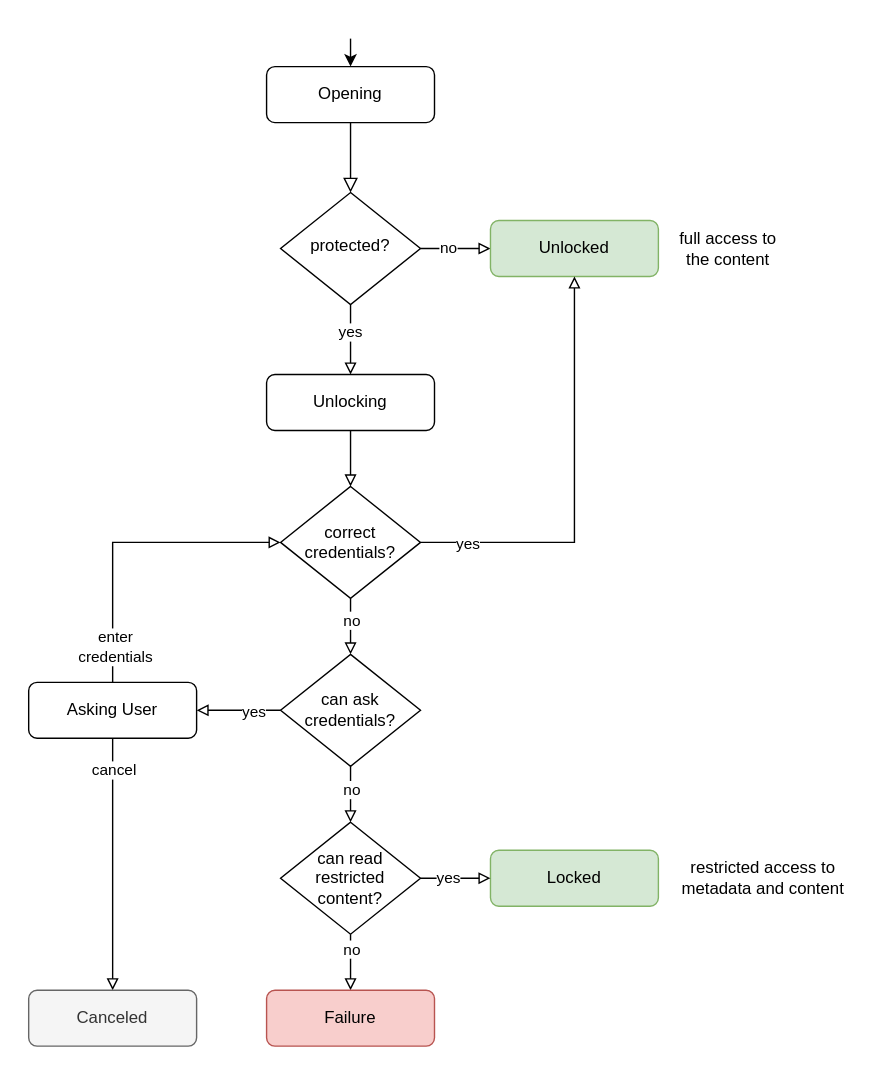
This is proposals/assets/000-open-statechart.svg from readium/architecture, a draw.io export, as it was before one commit. Source tidied: cells renumbered, new cells last; positions are measured from the earlier drawing's top-left corner, leaving out a move shared by most shapes.
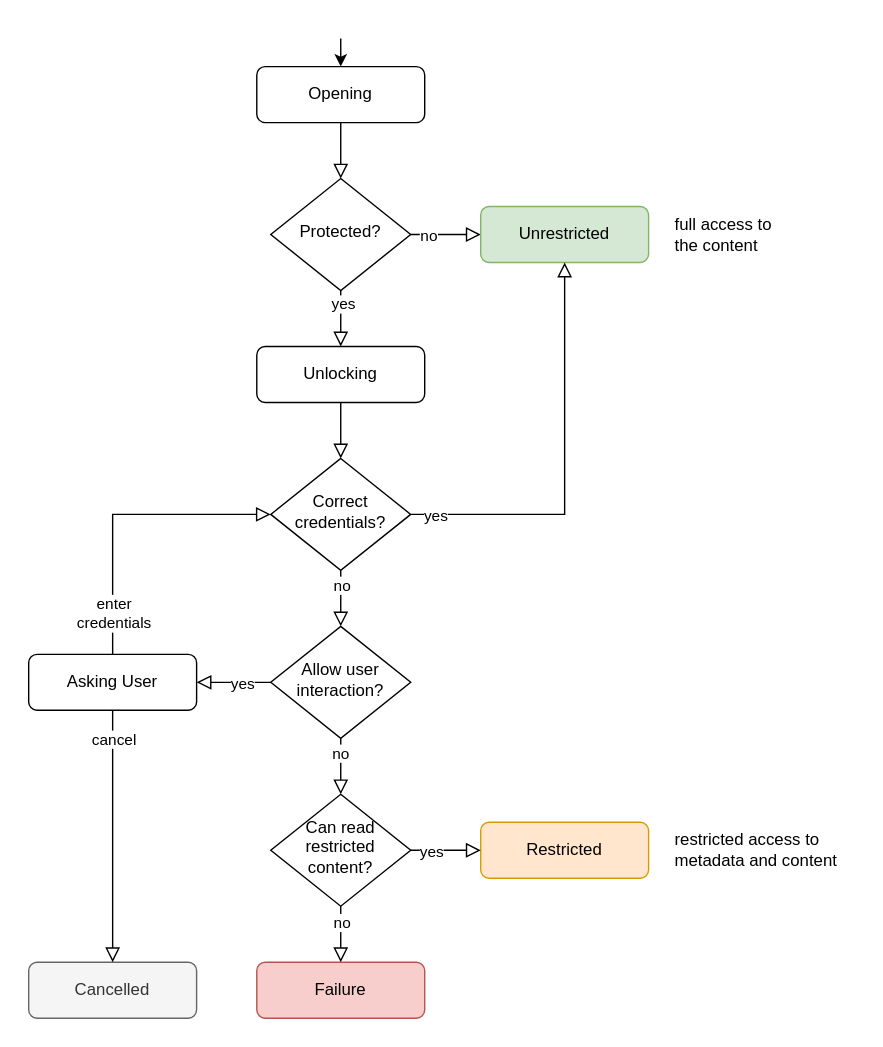
Later version of the same file.

Commit message:
Update Content Protection proposal using insights from the Swift & Kotlin implementations

The edit, as a diff of the source:
```diff
@@ -6,110 +6,125 @@
       <mxGeometry relative="1" as="geometry" />
     </mxCell>
     <mxCell id="3" value="Opening" style="rounded=1;whiteSpace=wrap;html=1;fontSize=12;glass=0;strokeWidth=1;shadow=0;" parent="1" vertex="1">
-      <mxGeometry x="170" y="20" width="120" height="40" as="geometry" />
+      <mxGeometry x="163" y="-80" width="120" height="40" as="geometry" />
     </mxCell>
-    <mxCell id="4" value="yes" style="edgeStyle=orthogonalEdgeStyle;rounded=0;jettySize=auto;html=1;exitX=0.5;exitY=1;exitDx=0;exitDy=0;entryX=0.5;entryY=0;entryDx=0;entryDy=0;endArrow=block;endFill=0;" parent="1" edge="1" source="6" target="9">
-      <mxGeometry x="-0.2" relative="1" as="geometry" />
+    <mxCell id="4" style="rounded=0;html=1;jettySize=auto;fontSize=11;endArrow=block;endFill=0;endSize=8;strokeWidth=1;shadow=0;labelBackgroundColor=none;edgeStyle=orthogonalEdgeStyle;entryX=0.5;entryY=0;entryDx=0;entryDy=0;" parent="1" edge="1" source="6" target="9">
+      <mxGeometry y="20" relative="1" as="geometry" />
     </mxCell>
+    <mxCell id="35" value="yes" style="edgeLabel;html=1;align=center;verticalAlign=middle;" parent="4" vertex="1">
+      <mxGeometry x="-0.55" y="1" relative="1" as="geometry" />
+    </mxCell>
-    <mxCell id="5" value="no" style="edgeStyle=orthogonalEdgeStyle;rounded=0;jettySize=auto;html=1;exitX=1;exitY=0.5;exitDx=0;exitDy=0;entryX=0;entryY=0.5;entryDx=0;entryDy=0;endArrow=block;endFill=0;" parent="1" edge="1" source="6" target="7">
-      <mxGeometry x="-0.2" relative="1" as="geometry" />
+    <mxCell id="5" style="edgeStyle=orthogonalEdgeStyle;rounded=0;html=1;jettySize=auto;fontSize=11;endArrow=block;endFill=0;endSize=8;strokeWidth=1;shadow=0;labelBackgroundColor=none;" parent="1" edge="1" source="6" target="7">
+      <mxGeometry y="10" relative="1" as="geometry" />
     </mxCell>
+    <mxCell id="36" value="no" style="edgeLabel;html=1;align=center;verticalAlign=middle;" parent="5" vertex="1">
+      <mxGeometry x="-0.52" relative="1" as="geometry" />
+    </mxCell>
-    <mxCell id="6" value="protected?" style="rhombus;whiteSpace=wrap;html=1;shadow=0;fontFamily=Helvetica;fontSize=12;align=center;strokeWidth=1;spacing=6;spacingTop=-4;" parent="1" vertex="1">
-      <mxGeometry x="180" y="110" width="100" height="80" as="geometry" />
+    <mxCell id="6" value="Protected?" style="rhombus;whiteSpace=wrap;html=1;shadow=0;fontFamily=Helvetica;fontSize=12;align=center;strokeWidth=1;spacing=6;spacingTop=-4;" parent="1" vertex="1">
+      <mxGeometry x="173" width="100" height="80" as="geometry" />
     </mxCell>
-    <mxCell id="7" value="Unlocked" style="rounded=1;whiteSpace=wrap;html=1;fontSize=12;glass=0;strokeWidth=1;shadow=0;fillColor=#d5e8d4;strokeColor=#82b366;" parent="1" vertex="1">
-      <mxGeometry x="330" y="130" width="120" height="40" as="geometry" />
+    <mxCell id="7" value="Unrestricted" style="rounded=1;whiteSpace=wrap;html=1;fontSize=12;glass=0;strokeWidth=1;shadow=0;fillColor=#d5e8d4;strokeColor=#82b366;" parent="1" vertex="1">
+      <mxGeometry x="323" y="20" width="120" height="40" as="geometry" />
     </mxCell>
-    <mxCell id="8" style="edgeStyle=orthogonalEdgeStyle;rounded=0;jettySize=auto;html=1;exitX=0.5;exitY=1;exitDx=0;exitDy=0;entryX=0.5;entryY=0;entryDx=0;entryDy=0;endArrow=block;endFill=0;" parent="1" edge="1" source="9" target="14">
-      <mxGeometry relative="1" as="geometry" />
-    </mxCell>
+    <mxCell id="37" style="rounded=0;html=1;jettySize=auto;fontSize=11;endArrow=block;endFill=0;endSize=8;strokeWidth=1;shadow=0;labelBackgroundColor=none;edgeStyle=orthogonalEdgeStyle;entryX=0.5;entryY=0;entryDx=0;entryDy=0;" parent="1" edge="1" target="43">
+      <mxGeometry x="0.33" y="20" relative="1" as="geometry">
+        <mxPoint x="223" y="280" as="sourcePoint" />
+      </mxGeometry>
+    </mxCell>
+    <mxCell id="38" value="no" style="edgeLabel;html=1;align=center;verticalAlign=middle;" parent="37" vertex="1">
+      <mxGeometry x="-0.35" relative="1" as="geometry">
+        <mxPoint y="-3" as="offset" />
+      </mxGeometry>
+    </mxCell>
     <mxCell id="9" value="Unlocking" style="rounded=1;whiteSpace=wrap;html=1;fontSize=12;glass=0;strokeWidth=1;shadow=0;" parent="1" vertex="1">
-      <mxGeometry x="170" y="240" width="120" height="40" as="geometry" />
+      <mxGeometry x="163" y="120" width="120" height="40" as="geometry" />
     </mxCell>
-    <mxCell id="10" style="edgeStyle=orthogonalEdgeStyle;rounded=0;jettySize=auto;html=1;exitX=1;exitY=0.5;exitDx=0;exitDy=0;entryX=0.5;entryY=1;entryDx=0;entryDy=0;endArrow=block;endFill=0;" parent="1" edge="1" source="14" target="7">
-      <mxGeometry relative="1" as="geometry" />
-    </mxCell>
-    <mxCell id="11" value="yes" style="edgeLabel;html=1;align=center;verticalAlign=middle;" parent="10" vertex="1">
-      <mxGeometry x="-0.78" relative="1" as="geometry" />
-    </mxCell>
-    <mxCell id="12" style="edgeStyle=orthogonalEdgeStyle;rounded=0;jettySize=auto;html=1;exitX=0.5;exitY=1;exitDx=0;exitDy=0;entryX=0.5;entryY=0;entryDx=0;entryDy=0;endArrow=block;endFill=0;" parent="1" edge="1" source="14" target="19">
-      <mxGeometry relative="1" as="geometry" />
-    </mxCell>
-    <mxCell id="13" value="no" style="edgeLabel;html=1;align=center;verticalAlign=middle;" parent="12" vertex="1">
-      <mxGeometry x="-0.2" y="-3" relative="1" as="geometry">
-        <mxPoint x="3" y="-1" as="offset" />
-      </mxGeometry>
-    </mxCell>
-    <mxCell id="14" value="correct&lt;br&gt;credentials?" style="rhombus;whiteSpace=wrap;html=1;" parent="1" vertex="1">
-      <mxGeometry x="180" y="320" width="100" height="80" as="geometry" />
-    </mxCell>
-    <mxCell id="15" style="edgeStyle=orthogonalEdgeStyle;rounded=0;jettySize=auto;html=1;exitX=0.5;exitY=1;exitDx=0;exitDy=0;entryX=0.5;entryY=0;entryDx=0;entryDy=0;endArrow=block;endFill=0;" parent="1" edge="1" source="19" target="24">
-      <mxGeometry relative="1" as="geometry" />
-    </mxCell>
-    <mxCell id="16" value="no" style="edgeLabel;html=1;align=center;verticalAlign=middle;" parent="15" vertex="1">
-      <mxGeometry x="-0.2" relative="1" as="geometry" />
-    </mxCell>
-    <mxCell id="17" style="edgeStyle=orthogonalEdgeStyle;rounded=0;jettySize=auto;html=1;exitX=0;exitY=0.5;exitDx=0;exitDy=0;entryX=1;entryY=0.5;entryDx=0;entryDy=0;endArrow=block;endFill=0;" parent="1" edge="1" source="19" target="29">
-      <mxGeometry relative="1" as="geometry" />
-    </mxCell>
-    <mxCell id="18" value="yes" style="edgeLabel;html=1;align=center;verticalAlign=middle;" parent="17" vertex="1">
-      <mxGeometry x="-0.03" y="2" relative="1" as="geometry">
-        <mxPoint x="9" y="-2" as="offset" />
-      </mxGeometry>
-    </mxCell>
-    <mxCell id="19" value="can ask&lt;br&gt;credentials?" style="rhombus;whiteSpace=wrap;html=1;" parent="1" vertex="1">
-      <mxGeometry x="180" y="440" width="100" height="80" as="geometry" />
-    </mxCell>
-    <mxCell id="20" value="Locked" style="rounded=1;whiteSpace=wrap;html=1;fontSize=12;glass=0;strokeWidth=1;shadow=0;fillColor=#d5e8d4;strokeColor=#82b366;" parent="1" vertex="1">
-      <mxGeometry x="330" y="580" width="120" height="40" as="geometry" />
-    </mxCell>
-    <mxCell id="21" value="yes" style="edgeStyle=orthogonalEdgeStyle;rounded=0;jettySize=auto;html=1;exitX=1;exitY=0.5;exitDx=0;exitDy=0;entryX=0;entryY=0.5;entryDx=0;entryDy=0;endArrow=block;endFill=0;" parent="1" edge="1" source="24" target="20">
-      <mxGeometry x="-0.2" relative="1" as="geometry" />
-    </mxCell>
-    <mxCell id="22" style="edgeStyle=orthogonalEdgeStyle;rounded=0;jettySize=auto;html=1;exitX=0.5;exitY=1;exitDx=0;exitDy=0;entryX=0.5;entryY=0;entryDx=0;entryDy=0;endArrow=block;endFill=0;" parent="1" edge="1" source="24" target="31">
-      <mxGeometry relative="1" as="geometry" />
-    </mxCell>
-    <mxCell id="23" value="no" style="edgeLabel;html=1;align=center;verticalAlign=middle;" parent="22" vertex="1">
-      <mxGeometry x="-0.37" y="1" relative="1" as="geometry">
-        <mxPoint x="-1" y="-3" as="offset" />
-      </mxGeometry>
-    </mxCell>
-    <mxCell id="24" value="can read&lt;br&gt;restricted&lt;br&gt;content?" style="rhombus;whiteSpace=wrap;html=1;" parent="1" vertex="1">
-      <mxGeometry x="180" y="560" width="100" height="80" as="geometry" />
-    </mxCell>
-    <mxCell id="25" style="edgeStyle=orthogonalEdgeStyle;rounded=0;jettySize=auto;html=1;exitX=0.5;exitY=0;exitDx=0;exitDy=0;entryX=0;entryY=0.5;entryDx=0;entryDy=0;endArrow=block;endFill=0;" parent="1" edge="1" source="29" target="14">
-      <mxGeometry relative="1" as="geometry" />
-    </mxCell>
+    <mxCell id="39" value="Correct&lt;br&gt;credentials?" style="rhombus;whiteSpace=wrap;html=1;shadow=0;fontFamily=Helvetica;fontSize=12;align=center;strokeWidth=1;spacing=6;spacingTop=-4;" parent="1" vertex="1">
+      <mxGeometry x="173" y="200" width="100" height="80" as="geometry" />
+    </mxCell>
+    <mxCell id="40" style="edgeStyle=orthogonalEdgeStyle;rounded=0;jettySize=auto;html=1;entryX=0.5;entryY=0;entryDx=0;entryDy=0;endArrow=classic;endFill=1;" parent="1" edge="1" target="3">
+      <mxGeometry relative="1" as="geometry">
+        <mxPoint x="223" y="-100" as="sourcePoint" />
+      </mxGeometry>
+    </mxCell>
+    <mxCell id="41" style="rounded=0;html=1;jettySize=auto;fontSize=11;endArrow=block;endFill=0;endSize=8;strokeWidth=1;shadow=0;labelBackgroundColor=none;edgeStyle=orthogonalEdgeStyle;entryX=0;entryY=0.5;entryDx=0;entryDy=0;exitX=0.5;exitY=0;exitDx=0;exitDy=0;" parent="1" edge="1" source="29" target="39">
+      <mxGeometry y="20" relative="1" as="geometry" />
+    </mxCell>
-    <mxCell id="26" value="enter&lt;br&gt;credentials" style="edgeLabel;html=1;align=center;verticalAlign=middle;" parent="25" vertex="1">
-      <mxGeometry x="-0.76" y="-1" relative="1" as="geometry" />
+    <mxCell id="26" value="enter&lt;br&gt;credentials" style="edgeLabel;html=1;align=center;verticalAlign=middle;" parent="41" vertex="1">
+      <mxGeometry x="-0.77" y="-1" relative="1" as="geometry">
+        <mxPoint x="-1" y="-6" as="offset" />
+      </mxGeometry>
     </mxCell>
-    <mxCell id="27" style="edgeStyle=orthogonalEdgeStyle;rounded=0;jettySize=auto;html=1;exitX=0.5;exitY=1;exitDx=0;exitDy=0;entryX=0.5;entryY=0;entryDx=0;entryDy=0;endArrow=block;endFill=0;" parent="1" edge="1" source="29" target="30">
-      <mxGeometry relative="1" as="geometry" />
-    </mxCell>
+    <mxCell id="42" style="rounded=0;html=1;jettySize=auto;fontSize=11;endArrow=block;endFill=0;endSize=8;strokeWidth=1;shadow=0;labelBackgroundColor=none;edgeStyle=orthogonalEdgeStyle;entryX=0.5;entryY=0;entryDx=0;entryDy=0;exitX=0.5;exitY=1;exitDx=0;exitDy=0;" parent="1" edge="1" source="9" target="39">
+      <mxGeometry y="20" relative="1" as="geometry" />
+    </mxCell>
+    <mxCell id="43" value="Allow user interaction?" style="rhombus;whiteSpace=wrap;html=1;shadow=0;fontFamily=Helvetica;fontSize=12;align=center;strokeWidth=1;spacing=6;spacingTop=-4;" parent="1" vertex="1">
+      <mxGeometry x="173" y="320" width="100" height="80" as="geometry" />
+    </mxCell>
+    <mxCell id="44" value="Can read restricted content?" style="rhombus;whiteSpace=wrap;html=1;shadow=0;fontFamily=Helvetica;fontSize=12;align=center;strokeWidth=1;spacing=6;spacingTop=-4;" parent="1" vertex="1">
+      <mxGeometry x="173" y="440" width="100" height="80" as="geometry" />
+    </mxCell>
+    <mxCell id="45" style="rounded=0;html=1;jettySize=auto;fontSize=11;endArrow=block;endFill=0;endSize=8;strokeWidth=1;shadow=0;labelBackgroundColor=none;edgeStyle=orthogonalEdgeStyle;entryX=0.5;entryY=0;entryDx=0;entryDy=0;exitX=0.5;exitY=1;exitDx=0;exitDy=0;" parent="1" edge="1" source="43" target="44">
+      <mxGeometry y="20" relative="1" as="geometry" />
+    </mxCell>
+    <mxCell id="46" value="no" style="edgeLabel;html=1;align=center;verticalAlign=middle;" parent="45" vertex="1">
+      <mxGeometry x="-0.5" y="-1" relative="1" as="geometry" />
+    </mxCell>
+    <mxCell id="47" value="Restricted" style="rounded=1;whiteSpace=wrap;html=1;fontSize=12;glass=0;strokeWidth=1;shadow=0;fillColor=#ffe6cc;strokeColor=#d79b00;" parent="1" vertex="1">
+      <mxGeometry x="323" y="460" width="120" height="40" as="geometry" />
+    </mxCell>
+    <mxCell id="48" style="rounded=0;html=1;jettySize=auto;fontSize=11;endArrow=block;endFill=0;endSize=8;strokeWidth=1;shadow=0;labelBackgroundColor=none;edgeStyle=orthogonalEdgeStyle;exitX=1;exitY=0.5;exitDx=0;exitDy=0;entryX=0;entryY=0.5;entryDx=0;entryDy=0;" parent="1" edge="1" source="44" target="47">
+      <mxGeometry y="20" relative="1" as="geometry" />
+    </mxCell>
+    <mxCell id="49" value="yes" style="edgeLabel;html=1;align=center;verticalAlign=middle;" parent="48" vertex="1">
+      <mxGeometry x="-0.44" y="-1" relative="1" as="geometry">
+        <mxPoint y="-1" as="offset" />
+      </mxGeometry>
+    </mxCell>
+    <mxCell id="31" value="Failure" style="rounded=1;whiteSpace=wrap;html=1;fontSize=12;glass=0;strokeWidth=1;shadow=0;fillColor=#f8cecc;strokeColor=#b85450;" parent="1" vertex="1">
+      <mxGeometry x="163" y="560" width="120" height="40" as="geometry" />
+    </mxCell>
+    <mxCell id="50" style="rounded=0;html=1;jettySize=auto;fontSize=11;endArrow=block;endFill=0;endSize=8;strokeWidth=1;shadow=0;labelBackgroundColor=none;edgeStyle=orthogonalEdgeStyle;entryX=0.5;entryY=0;entryDx=0;entryDy=0;exitX=0.5;exitY=1;exitDx=0;exitDy=0;" parent="1" edge="1" source="44" target="31">
+      <mxGeometry y="20" relative="1" as="geometry" />
+    </mxCell>
+    <mxCell id="51" value="no" style="edgeLabel;html=1;align=center;verticalAlign=middle;" parent="50" vertex="1">
+      <mxGeometry x="-0.45" y="2" relative="1" as="geometry">
+        <mxPoint x="-2" as="offset" />
+      </mxGeometry>
+    </mxCell>
+    <mxCell id="52" value="Cancelled" style="rounded=1;whiteSpace=wrap;html=1;fontSize=12;glass=0;strokeWidth=1;shadow=0;fillColor=#f5f5f5;strokeColor=#666666;fontColor=#333333;" parent="1" vertex="1">
+      <mxGeometry y="560" width="120" height="40" as="geometry" />
+    </mxCell>
+    <mxCell id="29" value="Asking User" style="rounded=1;whiteSpace=wrap;html=1;fontSize=12;glass=0;strokeWidth=1;shadow=0;" parent="1" vertex="1">
+      <mxGeometry y="340" width="120" height="40" as="geometry" />
+    </mxCell>
+    <mxCell id="53" style="rounded=0;html=1;jettySize=auto;fontSize=11;endArrow=block;endFill=0;endSize=8;strokeWidth=1;shadow=0;labelBackgroundColor=none;edgeStyle=orthogonalEdgeStyle;entryX=1;entryY=0.5;entryDx=0;entryDy=0;exitX=0;exitY=0.5;exitDx=0;exitDy=0;" parent="1" edge="1" source="43" target="29">
+      <mxGeometry y="20" relative="1" as="geometry" />
+    </mxCell>
+    <mxCell id="54" value="yes" style="edgeLabel;html=1;align=center;verticalAlign=middle;" parent="53" vertex="1">
+      <mxGeometry x="-0.21" y="-1" relative="1" as="geometry">
+        <mxPoint y="1" as="offset" />
+      </mxGeometry>
+    </mxCell>
+    <mxCell id="55" style="rounded=0;html=1;jettySize=auto;fontSize=11;endArrow=block;endFill=0;endSize=8;strokeWidth=1;shadow=0;labelBackgroundColor=none;edgeStyle=orthogonalEdgeStyle;entryX=0.5;entryY=0;entryDx=0;entryDy=0;exitX=0.5;exitY=1;exitDx=0;exitDy=0;" parent="1" edge="1" source="29" target="52">
+      <mxGeometry x="-0.67" y="-20" relative="1" as="geometry" />
+    </mxCell>
-    <mxCell id="28" value="cancel" style="edgeLabel;html=1;align=center;verticalAlign=middle;" parent="27" vertex="1">
-      <mxGeometry x="-0.28" y="-1" relative="1" as="geometry">
-        <mxPoint x="1" y="-43" as="offset" />
-      </mxGeometry>
+    <mxCell id="28" value="cancel" style="edgeLabel;html=1;align=center;verticalAlign=middle;" parent="55" vertex="1">
+      <mxGeometry x="-0.78" relative="1" as="geometry" />
     </mxCell>
-    <mxCell id="29" value="Asking User" style="rounded=1;whiteSpace=wrap;html=1;fontSize=12;glass=0;strokeWidth=1;shadow=0;" parent="1" vertex="1">
-      <mxGeometry y="460" width="120" height="40" as="geometry" />
-    </mxCell>
-    <mxCell id="30" value="Canceled" style="rounded=1;whiteSpace=wrap;html=1;fontSize=12;glass=0;strokeWidth=1;shadow=0;fillColor=#f5f5f5;strokeColor=#666666;fontColor=#333333;" parent="1" vertex="1">
-      <mxGeometry y="680" width="120" height="40" as="geometry" />
-    </mxCell>
-    <mxCell id="31" value="Failure" style="rounded=1;whiteSpace=wrap;html=1;fontSize=12;glass=0;strokeWidth=1;shadow=0;fillColor=#f8cecc;strokeColor=#b85450;" parent="1" vertex="1">
-      <mxGeometry x="170" y="680" width="120" height="40" as="geometry" />
-    </mxCell>
+    <mxCell id="56" style="rounded=0;html=1;jettySize=auto;fontSize=11;endArrow=block;endFill=0;endSize=8;strokeWidth=1;shadow=0;labelBackgroundColor=none;edgeStyle=orthogonalEdgeStyle;entryX=0.5;entryY=1;entryDx=0;entryDy=0;exitX=1;exitY=0.5;exitDx=0;exitDy=0;" parent="1" edge="1" source="39" target="7">
+      <mxGeometry y="20" relative="1" as="geometry" />
+    </mxCell>
+    <mxCell id="57" value="yes" style="edgeLabel;html=1;align=center;verticalAlign=middle;" parent="56" vertex="1">
+      <mxGeometry x="-0.86" y="-1" relative="1" as="geometry">
+        <mxPoint x="-3" y="-1" as="offset" />
+      </mxGeometry>
+    </mxCell>
-    <mxCell id="32" value="full access to the content" style="text;html=1;strokeColor=none;fillColor=none;align=center;verticalAlign=middle;whiteSpace=wrap;rounded=0;" parent="1" vertex="1">
-      <mxGeometry x="460" y="140" width="80" height="20" as="geometry" />
+    <mxCell id="32" value="full access to&lt;br&gt;the content" style="text;html=1;align=left;verticalAlign=middle;" parent="1" vertex="1">
+      <mxGeometry x="460" y="25" width="80" height="30" as="geometry" />
     </mxCell>
-    <mxCell id="33" value="restricted access to metadata and content" style="text;html=1;strokeColor=none;fillColor=none;align=center;verticalAlign=middle;whiteSpace=wrap;rounded=0;" parent="1" vertex="1">
-      <mxGeometry x="460" y="590" width="130" height="20" as="geometry" />
+    <mxCell id="33" value="restricted access to&lt;br&gt;metadata and content" style="text;html=1;align=left;verticalAlign=middle;" parent="1" vertex="1">
+      <mxGeometry x="460" y="465" width="130" height="30" as="geometry" />
     </mxCell>
-    <mxCell id="34" style="endArrow=classic;html=1;entryX=0.5;entryY=0;entryDx=0;entryDy=0;" parent="1" edge="1" target="3">
-      <mxGeometry relative="1" as="geometry">
-        <mxPoint x="230" as="sourcePoint" />
-      </mxGeometry>
-    </mxCell>
   </root>
 </mxGraphModel>
```
